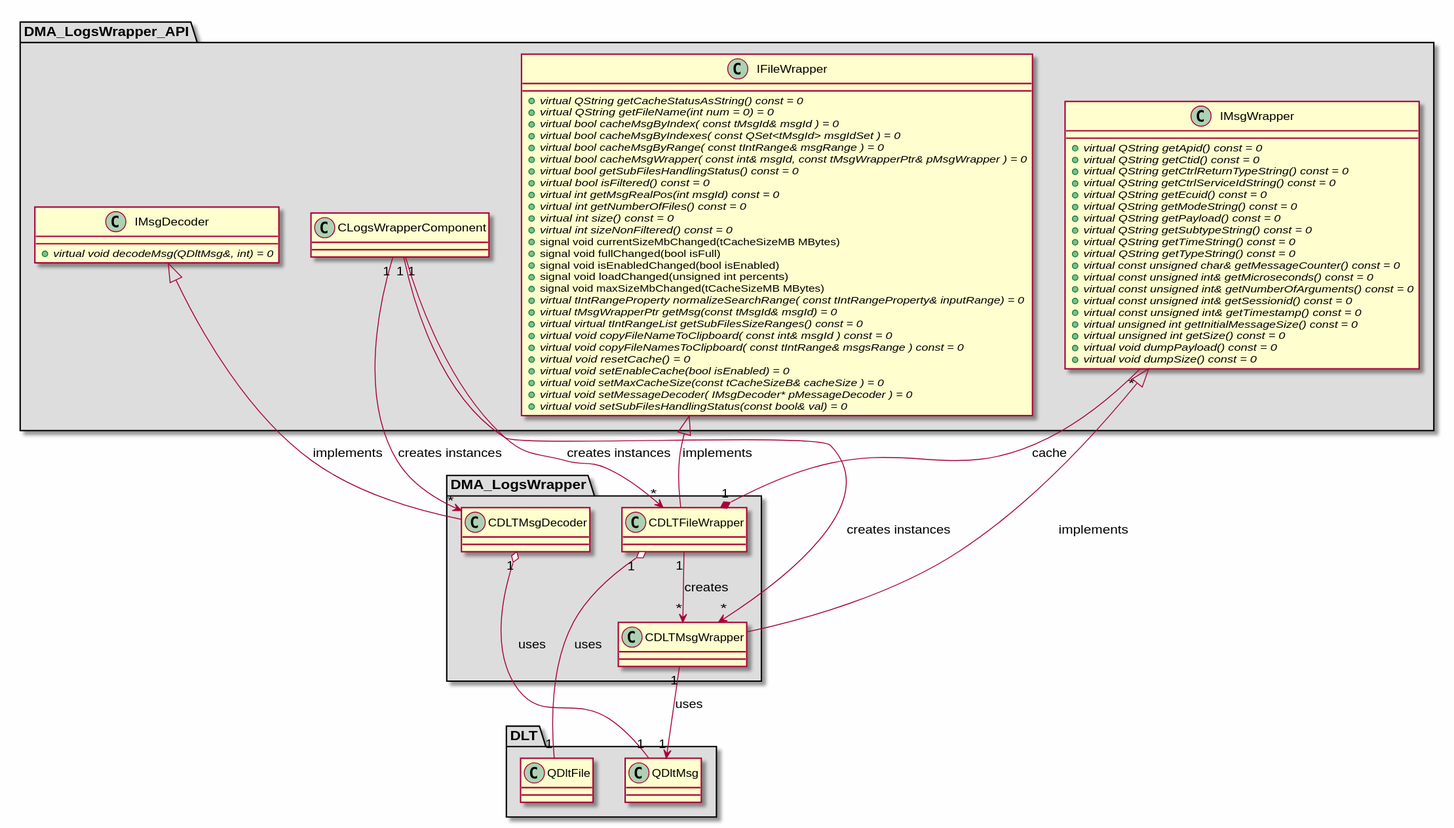
This is md/dev_docs/puml/DMA_LogsWrapper.svg from svlad-90/DLT-Message-Analyzer, a PlantUML export, as it was before one commit. Source of this version:
```plantuml
@startuml

skinparam backgroundColor #FEFEFE
skinparam wrapWidth 600
package "DLT" #DDDDDD
{

class "QDltFile"
{
}

class "QDltMsg"
{
}

}

package "DMA_LogsWrapper" #DDDDDD
{

class "CDLTFileWrapper"
{
}

class "CDLTMsgDecoder"
{
}

class "CDLTMsgWrapper"
{
}

}

package "DMA_LogsWrapper_API" #DDDDDD
{

class "CLogsWrapperComponent"
{
}

class "IFileWrapper"
{
    + {abstract} virtual QString getCacheStatusAsString() const = 0
    + {abstract} virtual QString getFileName(int num = 0) = 0
    + {abstract} virtual bool cacheMsgByIndex( const tMsgId& msgId ) = 0
    + {abstract} virtual bool cacheMsgByIndexes( const QSet<tMsgId> msgIdSet ) = 0
    + {abstract} virtual bool cacheMsgByRange( const tIntRange& msgRange ) = 0
    + {abstract} virtual bool cacheMsgWrapper( const int& msgId, const tMsgWrapperPtr& pMsgWrapper ) = 0
    + {abstract} virtual bool getSubFilesHandlingStatus() const = 0
    + {abstract} virtual bool isFiltered() const = 0
    + {abstract} virtual int getMsgRealPos(int msgId) const = 0
    + {abstract} virtual int getNumberOfFiles() const = 0
    + {abstract} virtual int size() const = 0
    + {abstract} virtual int sizeNonFiltered() const = 0
    + signal void currentSizeMbChanged(tCacheSizeMB MBytes)
    + signal void fullChanged(bool isFull)
    + signal void isEnabledChanged(bool isEnabled)
    + signal void loadChanged(unsigned int percents)
    + signal void maxSizeMbChanged(tCacheSizeMB MBytes)
    + {abstract} virtual tIntRangeProperty normalizeSearchRange( const tIntRangeProperty& inputRange) = 0
    + {abstract} virtual tMsgWrapperPtr getMsg(const tMsgId& msgId) = 0
    + {abstract} virtual virtual tIntRangeList getSubFilesSizeRanges() const = 0
    + {abstract} virtual void copyFileNameToClipboard( const int& msgId ) const = 0
    + {abstract} virtual void copyFileNamesToClipboard( const tIntRange& msgsRange ) const = 0
    + {abstract} virtual void resetCache() = 0
    + {abstract} virtual void setEnableCache(bool isEnabled) = 0
    + {abstract} virtual void setMaxCacheSize(const tCacheSizeB& cacheSize ) = 0
    + {abstract} virtual void setMessageDecoder( IMsgDecoder* pMessageDecoder ) = 0
    + {abstract} virtual void setSubFilesHandlingStatus(const bool& val) = 0
}

class "IMsgDecoder"
{
    + {abstract} virtual void decodeMsg(QDltMsg&, int) = 0
}

class "IMsgWrapper"
{
    + {abstract} virtual QString getApid() const = 0
    + {abstract} virtual QString getCtid() const = 0
    + {abstract} virtual QString getCtrlReturnTypeString() const = 0
    + {abstract} virtual QString getCtrlServiceIdString() const = 0
    + {abstract} virtual QString getEcuid() const = 0
    + {abstract} virtual QString getModeString() const = 0
    + {abstract} virtual QString getPayload() const = 0
    + {abstract} virtual QString getSubtypeString() const = 0
    + {abstract} virtual QString getTimeString() const = 0
    + {abstract} virtual QString getTypeString() const = 0
    + {abstract} virtual const unsigned char& getMessageCounter() const = 0
    + {abstract} virtual const unsigned int& getMicroseconds() const = 0
    + {abstract} virtual const unsigned int& getNumberOfArguments() const = 0
    + {abstract} virtual const unsigned int& getSessionid() const = 0
    + {abstract} virtual const unsigned int& getTimestamp() const = 0
    + {abstract} virtual unsigned int getInitialMessageSize() const = 0
    + {abstract} virtual unsigned int getSize() const = 0
    + {abstract} virtual void dumpPayload() const = 0
    + {abstract} virtual void dumpSize() const = 0
}

}

IFileWrapper <|-- CDLTFileWrapper : implements
IMsgDecoder <|-- CDLTMsgDecoder : implements
IMsgWrapper <|-- CDLTMsgWrapper : implements

CDLTFileWrapper "1" --> "*" CDLTMsgWrapper : creates
CDLTFileWrapper "1" *-- "*" IMsgWrapper : cache
CDLTFileWrapper "1" o-- "1" QDltFile : uses
CDLTMsgDecoder "1" o-- "1" QDltMsg : uses
CDLTMsgWrapper "1" --> "1" QDltMsg : uses
CLogsWrapperComponent "1" --> "*" CDLTFileWrapper : creates instances
CLogsWrapperComponent "1" --> "*" CDLTMsgDecoder : creates instances
CLogsWrapperComponent "1" --> "*" CDLTMsgWrapper : creates instances

@enduml
```
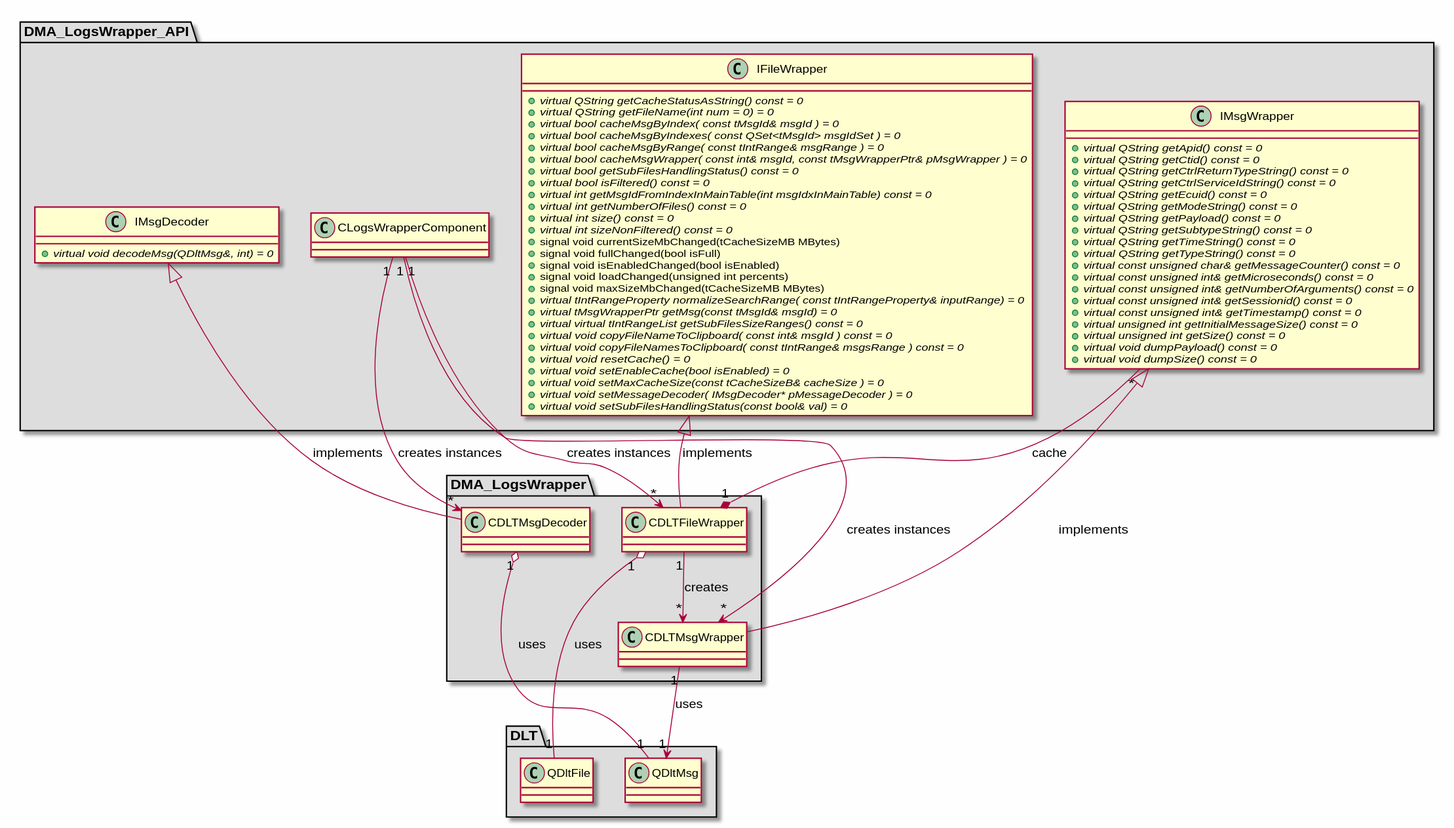
Above is the later version.

What changed in the source:
```diff
@@ -49,7 +49,7 @@
     + {abstract} virtual bool cacheMsgWrapper( const int& msgId, const tMsgWrapperPtr& pMsgWrapper ) = 0
     + {abstract} virtual bool getSubFilesHandlingStatus() const = 0
     + {abstract} virtual bool isFiltered() const = 0
-    + {abstract} virtual int getMsgRealPos(int msgId) const = 0
+    + {abstract} virtual int getMsgIdFromIndexInMainTable(int msgIdxInMainTable) const = 0
     + {abstract} virtual int getNumberOfFiles() const = 0
     + {abstract} virtual int size() const = 0
     + {abstract} virtual int sizeNonFiltered() const = 0
```
